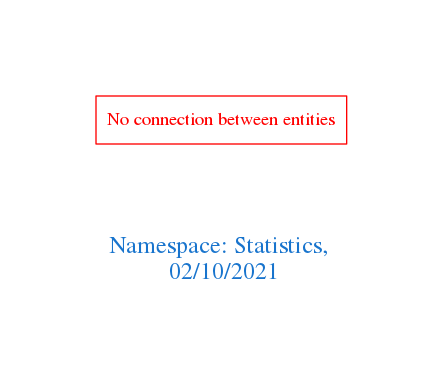
The Graphviz diagram downloads/Statistics.png in arago/OGIT, before a commit. Its source is kept beside it as downloads/Statistics.dot.
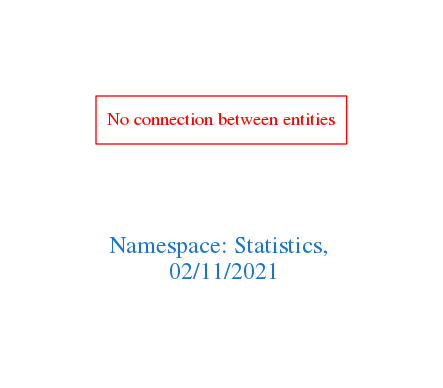
Later version of the same file.

What changed in the source:
```diff
@@ -1,7 +1,7 @@
 digraph OGIT_ontology {
  graph [ rankdir= LR,pad=1
 fontsize = 18,
-fontcolor= dodgerblue3,label = "\n\n\nNamespace: Statistics, \n 02/10/2021"];
+fontcolor= dodgerblue3,label = "\n\n\nNamespace: Statistics, \n 02/11/2021"];
 node[shape=polygon];
 edge [  color="gray81"];
 
```
